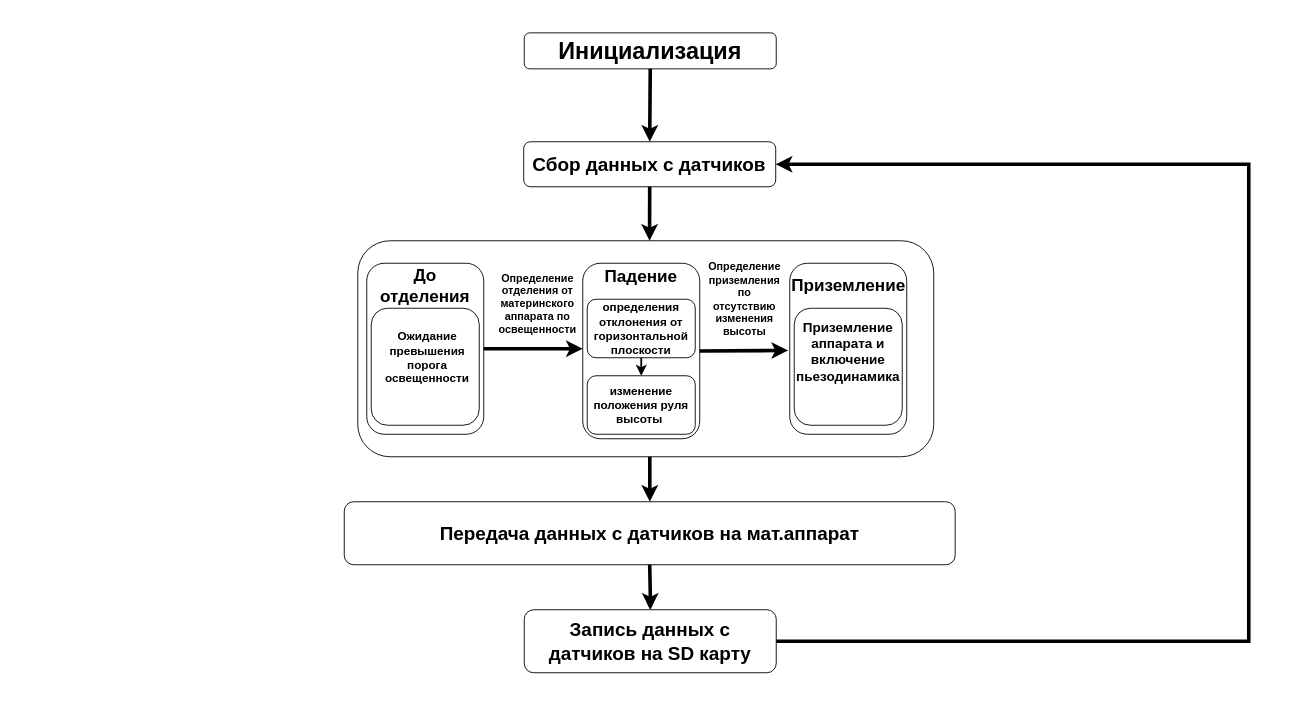
Earlier version of the draw.io diagram doc/алгоритм работы аппарата да.drawio (cansat-tsniimash/cansat-KNPN-S). Source tidied: cells renumbered, new cells numbered last; positions are measured from the earlier drawing's top-left corner, leaving out a move shared by most shapes. Both pictures are drawn from the tidied source at 90%, with x=0, y=0 at pixel (15, 15).
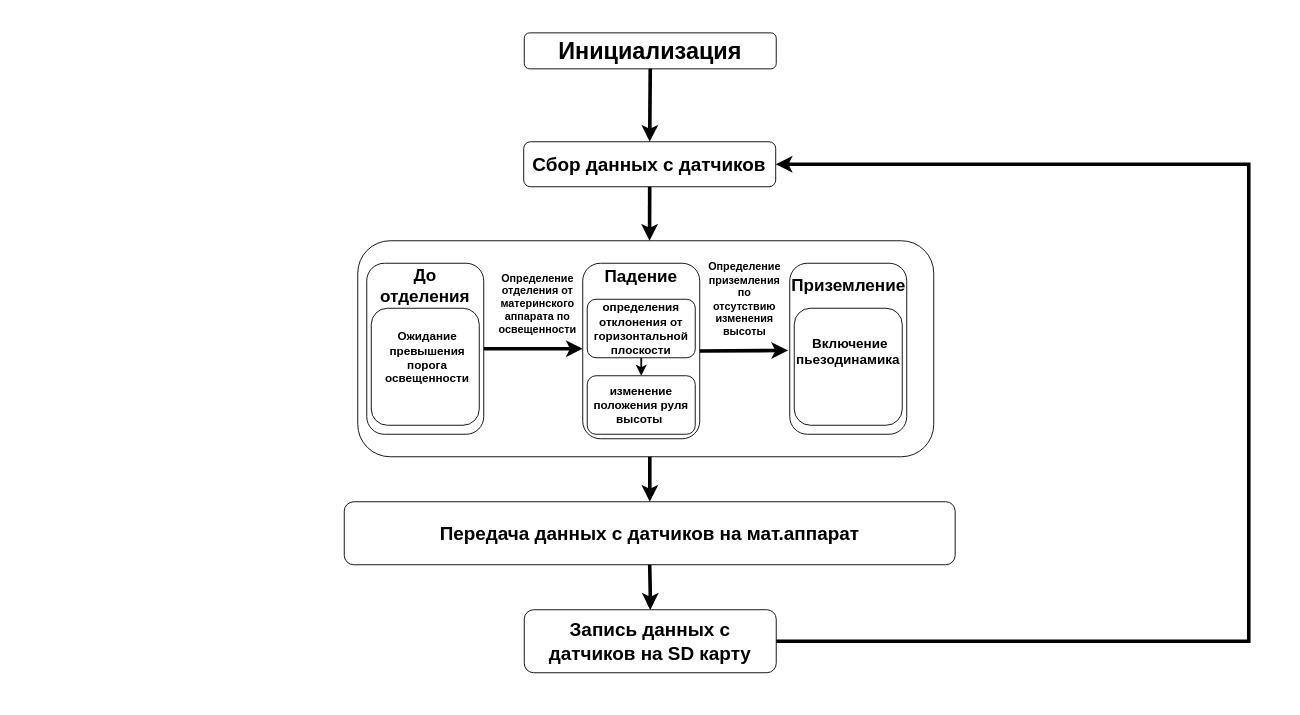
The same page after the edit.

Commit message (it also covers changes not shown here):
поправил алгорит работы да, ма. поправил схему подключения да, ма. внес изменения в ioc файл. сделал программу палета. сделал схему обмена данными ма да

Diff of the diagram source:
```diff
@@
-    <mxCell id="20" value="Приземление аппарата и включение пьезодинамика" style="text;html=1;align=center;verticalAlign=middle;whiteSpace=wrap;rounded=0;fontStyle=1;fontSize=15;" parent="1" vertex="1">
+    <mxCell id="20" value="&amp;nbsp;Включение пьезодинамика" style="text;html=1;align=center;verticalAlign=middle;whiteSpace=wrap;rounded=0;fontStyle=1;fontSize=15;" parent="1" vertex="1">
       <mxGeometry x="885" y="352.5" width="80" height="40" as="geometry" />
     </mxCell>
```
